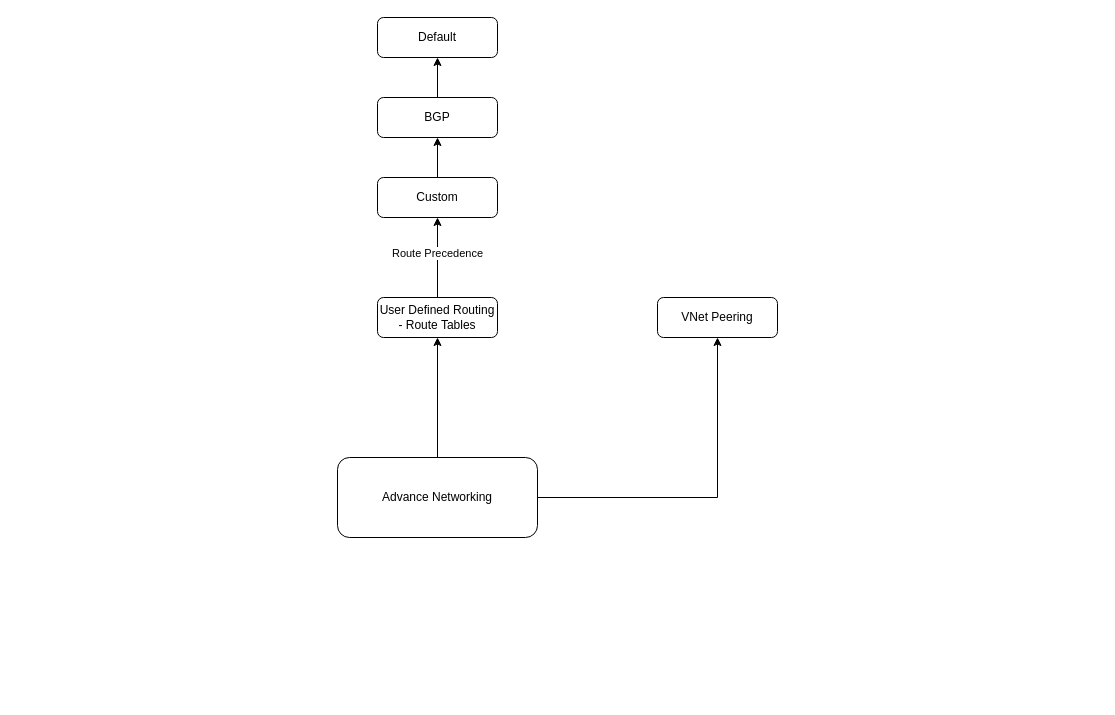
Earlier version of the draw.io diagram Cloud/Azure/Azure Advance Networking.drawio (FilledVaccum/MindMaps). Source tidied: cells renumbered, new cells numbered last; positions are measured from the earlier drawing's top-left corner, leaving out a move shared by most shapes. Both pictures are drawn from the tidied source at 100%, with x=0, y=0 at pixel (337, 17).
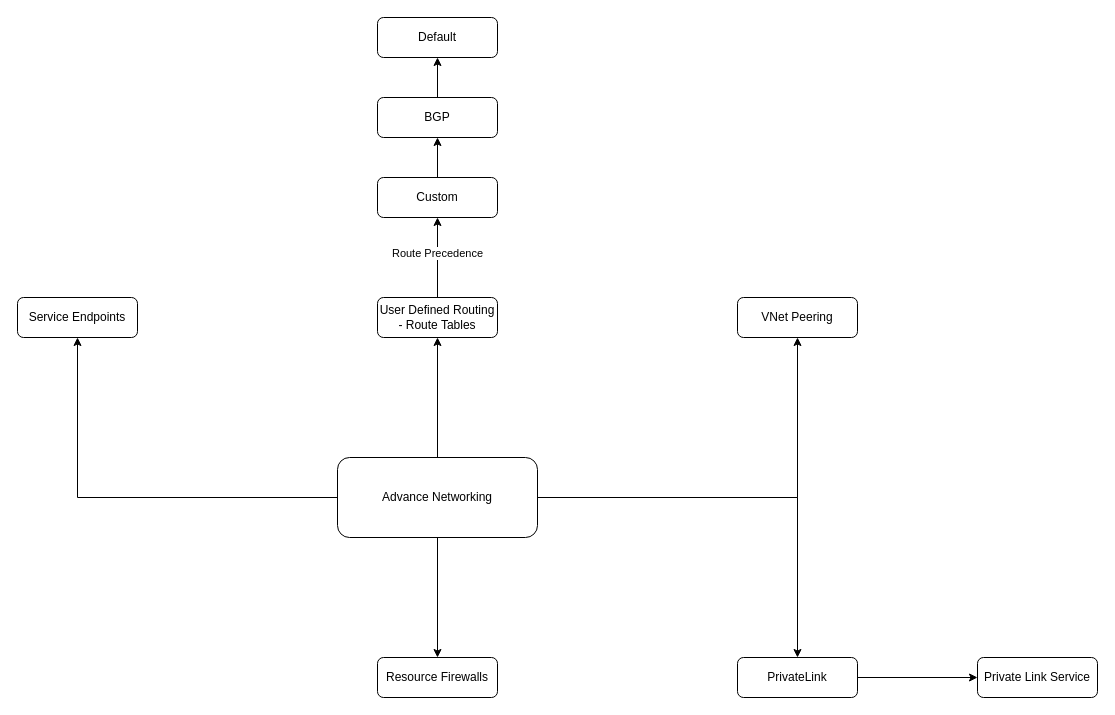
Above is the later version.

Unchanged cells that the change refers to:
```xml
<mxCell id="4" value="Advance Networking" style="rounded=1;whiteSpace=wrap;html=1;" parent="1" vertex="1">
  <mxGeometry y="440" width="200" height="80" as="geometry" />
</mxCell>
```

Change to the diagram source:
```diff
@@
+    <mxCell id="14" style="edgeStyle=orthogonalEdgeStyle;rounded=0;jettySize=auto;html=1;" parent="1" edge="1" source="4" target="17">
+      <mxGeometry relative="1" as="geometry" />
+    </mxCell>
+    <mxCell id="15" style="edgeStyle=orthogonalEdgeStyle;rounded=0;jettySize=auto;html=1;" parent="1" edge="1" source="4" target="19">
+      <mxGeometry relative="1" as="geometry" />
+    </mxCell>
+    <mxCell id="16" style="edgeStyle=orthogonalEdgeStyle;rounded=0;jettySize=auto;html=1;" parent="1" edge="1" source="4" target="21">
+      <mxGeometry relative="1" as="geometry" />
+    </mxCell>
@@
     <mxCell id="13" value="VNet Peering" style="whiteSpace=wrap;html=1;rounded=1;" parent="1" vertex="1">
-      <mxGeometry x="320" y="280" width="120" height="40" as="geometry" />
+      <mxGeometry x="400" y="280" width="120" height="40" as="geometry" />
     </mxCell>
+    <mxCell id="17" value="Service Endpoints" style="whiteSpace=wrap;html=1;rounded=1;" parent="1" vertex="1">
+      <mxGeometry x="-320" y="280" width="120" height="40" as="geometry" />
+    </mxCell>
+    <mxCell id="18" style="edgeStyle=orthogonalEdgeStyle;rounded=0;jettySize=auto;html=1;" parent="1" edge="1" source="19" target="20">
+      <mxGeometry relative="1" as="geometry" />
+    </mxCell>
+    <mxCell id="19" value="PrivateLink" style="whiteSpace=wrap;html=1;rounded=1;" parent="1" vertex="1">
+      <mxGeometry x="400" y="640" width="120" height="40" as="geometry" />
+    </mxCell>
+    <mxCell id="20" value="Private Link Service" style="whiteSpace=wrap;html=1;rounded=1;" parent="1" vertex="1">
+      <mxGeometry x="640" y="640" width="120" height="40" as="geometry" />
+    </mxCell>
+    <mxCell id="21" value="Resource Firewalls" style="whiteSpace=wrap;html=1;rounded=1;" parent="1" vertex="1">
+      <mxGeometry x="40" y="640" width="120" height="40" as="geometry" />
+    </mxCell>
```
